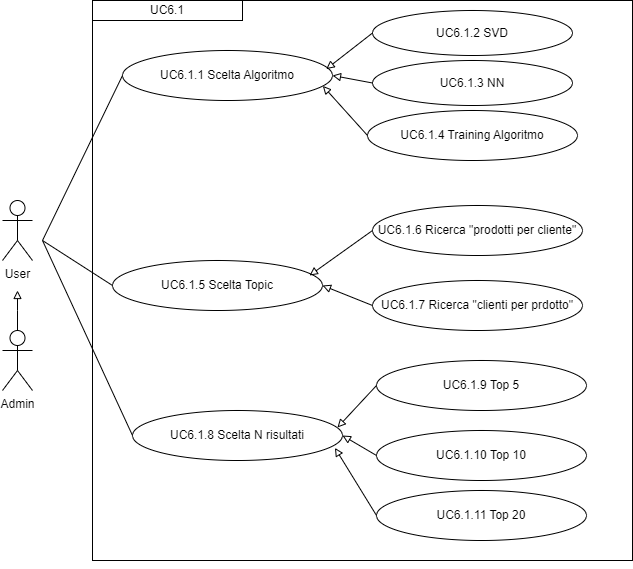
Above: imgs/Uml/UC6.1app.png in ShameIRL/farmacode (draw.io), before the change. Source tidied: cells renumbered, new cells last; positions are measured from the earlier drawing's top-left corner, leaving out a move shared by most shapes.
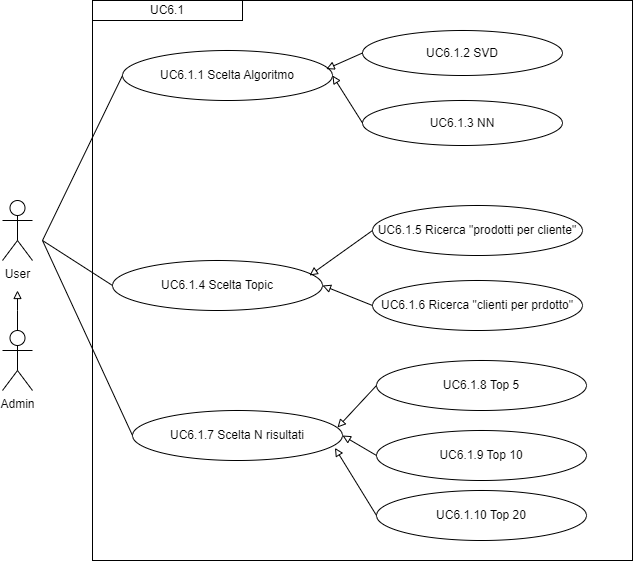
Later version of the same file.

What changed in the source:
```diff
@@ -23,7 +23,7 @@
     <mxCell id="6" value="&lt;div style=&quot;&quot;&gt;UC6.1&lt;/div&gt;" style="rounded=0;whiteSpace=wrap;html=1;fillColor=none;align=center;" parent="1" vertex="1">
       <mxGeometry x="90" width="150" height="20" as="geometry" />
     </mxCell>
-    <mxCell id="7" value="UC6.1.5 Scelta Topic" style="ellipse;whiteSpace=wrap;html=1;" parent="1" vertex="1">
+    <mxCell id="7" value="UC6.1.4 Scelta Topic" style="ellipse;whiteSpace=wrap;html=1;" parent="1" vertex="1">
       <mxGeometry x="110" y="260" width="210" height="50" as="geometry" />
     </mxCell>
     <mxCell id="8" style="endArrow=none;html=1;rounded=0;entryX=0;entryY=0.5;entryDx=0;entryDy=0;" parent="1" edge="1" target="7">
@@ -31,10 +31,10 @@
         <mxPoint x="40" y="240" as="sourcePoint" />
       </mxGeometry>
     </mxCell>
-    <mxCell id="9" value="UC6.1.6 Ricerca &quot;prodotti per cliente&quot;" style="ellipse;whiteSpace=wrap;html=1;" parent="1" vertex="1">
+    <mxCell id="9" value="UC6.1.5 Ricerca &quot;prodotti per cliente&quot;" style="ellipse;whiteSpace=wrap;html=1;" parent="1" vertex="1">
       <mxGeometry x="370" y="205" width="210" height="50" as="geometry" />
     </mxCell>
-    <mxCell id="10" value="UC6.1.7 Ricerca &quot;clienti per prdotto&quot;" style="ellipse;whiteSpace=wrap;html=1;" parent="1" vertex="1">
+    <mxCell id="10" value="UC6.1.6 Ricerca &quot;clienti per prdotto&quot;" style="ellipse;whiteSpace=wrap;html=1;" parent="1" vertex="1">
       <mxGeometry x="370" y="280" width="210" height="50" as="geometry" />
     </mxCell>
     <mxCell id="11" style="endArrow=block;html=1;rounded=0;entryX=1;entryY=0.5;entryDx=0;entryDy=0;exitX=0;exitY=0.5;exitDx=0;exitDy=0;endFill=0;" parent="1" edge="1" source="10" target="7">
@@ -46,7 +46,7 @@
     <mxCell id="13" style="edgeStyle=orthogonalEdgeStyle;rounded=0;orthogonalLoop=1;jettySize=auto;html=1;exitX=0.5;exitY=1;exitDx=0;exitDy=0;" parent="1" edge="1" source="5" target="5">
       <mxGeometry relative="1" as="geometry" />
     </mxCell>
-    <mxCell id="14" value="UC6.1.8 Scelta N risultati" style="ellipse;whiteSpace=wrap;html=1;" parent="1" vertex="1">
+    <mxCell id="14" value="UC6.1.7 Scelta N risultati" style="ellipse;whiteSpace=wrap;html=1;" parent="1" vertex="1">
       <mxGeometry x="130" y="410" width="210" height="50" as="geometry" />
     </mxCell>
     <mxCell id="15" style="endArrow=none;html=1;rounded=0;entryX=0;entryY=0.5;entryDx=0;entryDy=0;" parent="1" edge="1" target="14">
@@ -54,10 +54,10 @@
         <mxPoint x="40" y="240" as="sourcePoint" />
       </mxGeometry>
     </mxCell>
-    <mxCell id="16" value="UC6.1.9 Top 5" style="ellipse;whiteSpace=wrap;html=1;" parent="1" vertex="1">
+    <mxCell id="16" value="UC6.1.8 Top 5" style="ellipse;whiteSpace=wrap;html=1;" parent="1" vertex="1">
       <mxGeometry x="374" y="360" width="210" height="50" as="geometry" />
     </mxCell>
-    <mxCell id="17" value="UC6.1.10 Top 10" style="ellipse;whiteSpace=wrap;html=1;" parent="1" vertex="1">
+    <mxCell id="17" value="UC6.1.9 Top 10" style="ellipse;whiteSpace=wrap;html=1;" parent="1" vertex="1">
       <mxGeometry x="374" y="430" width="210" height="50" as="geometry" />
     </mxCell>
     <mxCell id="18" style="endArrow=block;html=1;rounded=0;entryX=1;entryY=0.5;entryDx=0;entryDy=0;exitX=0;exitY=0.5;exitDx=0;exitDy=0;endFill=0;" parent="1" edge="1" source="17" target="14">
@@ -75,10 +75,10 @@
       </mxGeometry>
     </mxCell>
     <mxCell id="22" value="UC6.1.2 SVD" style="ellipse;whiteSpace=wrap;html=1;" parent="1" vertex="1">
-      <mxGeometry x="370" y="10" width="200" height="45" as="geometry" />
+      <mxGeometry x="360" y="30" width="200" height="45" as="geometry" />
     </mxCell>
     <mxCell id="23" value="UC6.1.3 NN" style="ellipse;whiteSpace=wrap;html=1;" parent="1" vertex="1">
-      <mxGeometry x="370" y="60" width="200" height="45" as="geometry" />
+      <mxGeometry x="360" y="100" width="200" height="45" as="geometry" />
     </mxCell>
     <mxCell id="24" style="endArrow=block;html=1;rounded=0;entryX=0.97;entryY=0.372;entryDx=0;entryDy=0;exitX=0;exitY=0.5;exitDx=0;exitDy=0;endFill=0;entryPerimeter=0;" parent="1" edge="1" source="22" target="20">
       <mxGeometry relative="1" as="geometry" />
@@ -86,17 +86,11 @@
     <mxCell id="25" style="endArrow=block;html=1;rounded=0;entryX=1;entryY=0.5;entryDx=0;entryDy=0;exitX=0;exitY=0.5;exitDx=0;exitDy=0;endFill=0;" parent="1" edge="1" source="23" target="20">
       <mxGeometry relative="1" as="geometry" />
     </mxCell>
-    <mxCell id="26" value="UC6.1.11 Top 20" style="ellipse;whiteSpace=wrap;html=1;" parent="1" vertex="1">
+    <mxCell id="26" value="UC6.1.10 Top 20" style="ellipse;whiteSpace=wrap;html=1;" parent="1" vertex="1">
       <mxGeometry x="374" y="490" width="210" height="50" as="geometry" />
     </mxCell>
     <mxCell id="27" style="endArrow=block;html=1;rounded=0;entryX=0.964;entryY=0.748;entryDx=0;entryDy=0;exitX=0;exitY=0.5;exitDx=0;exitDy=0;endFill=0;entryPerimeter=0;" parent="1" edge="1" source="26" target="14">
       <mxGeometry relative="1" as="geometry" />
     </mxCell>
-    <mxCell id="28" value="UC6.1.4 Training Algoritmo" style="ellipse;whiteSpace=wrap;html=1;" parent="1" vertex="1">
-      <mxGeometry x="365" y="110" width="210" height="50" as="geometry" />
-    </mxCell>
-    <mxCell id="29" style="endArrow=block;html=1;rounded=0;entryX=0.954;entryY=0.708;entryDx=0;entryDy=0;exitX=0;exitY=0.5;exitDx=0;exitDy=0;endFill=0;entryPerimeter=0;" parent="1" edge="1" source="28" target="20">
-      <mxGeometry relative="1" as="geometry" />
-    </mxCell>
   </root>
 </mxGraphModel>
```
